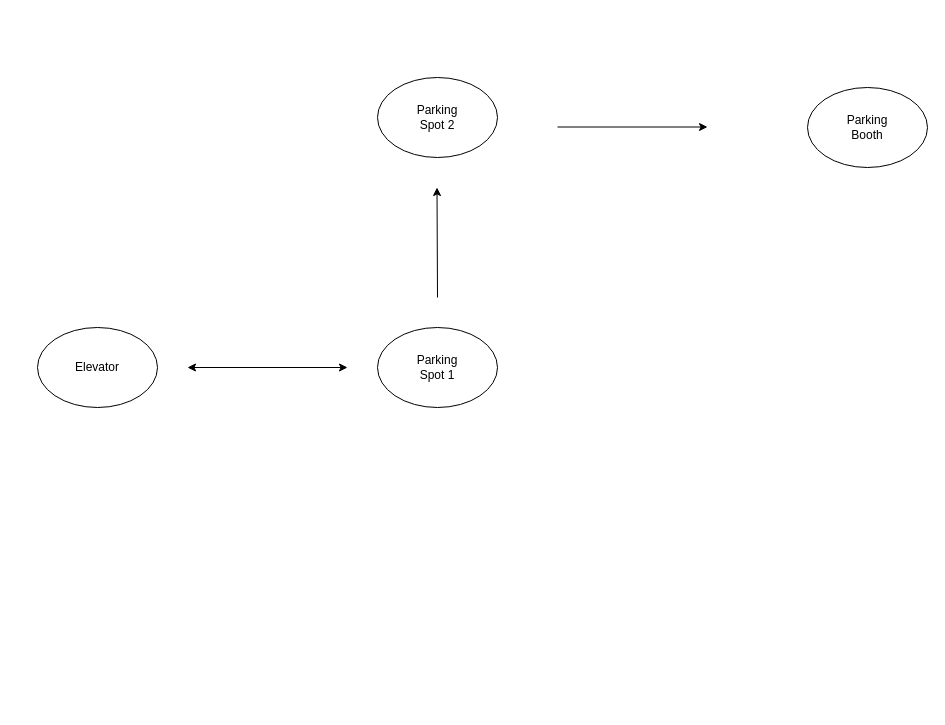
Above: Untitled Diagram.drawio in marylyn-rogel/ProjectGarageZero (draw.io), before the change. Source tidied: cells renumbered, new cells numbered last; positions are measured from the earlier drawing's top-left corner, leaving out a move shared by most shapes. Both pictures are drawn from the tidied source at 100%, with x=0, y=0 at pixel (37, 77).
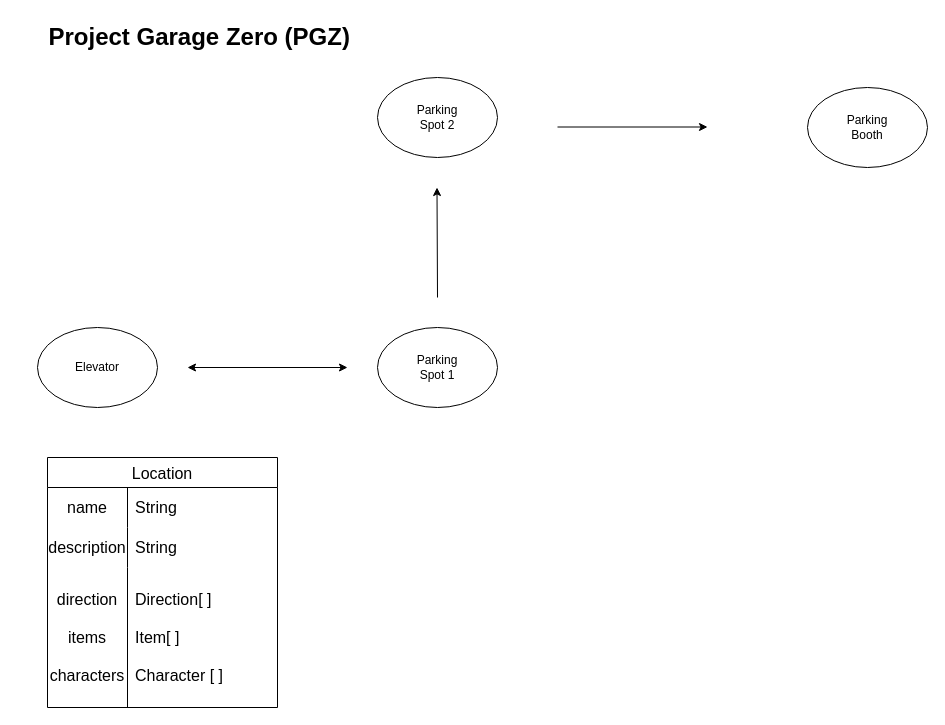
Above is the later version.

The edit, as a diff of the source:
```diff
@@
+    <mxCell id="13" value="Project Garage Zero (PGZ)&amp;nbsp;" style="text;strokeColor=none;fillColor=none;html=1;fontSize=24;fontStyle=1;verticalAlign=middle;align=center;" parent="1" vertex="1">
+      <mxGeometry x="-20" y="-60" width="370" height="40" as="geometry" />
+    </mxCell>
+    <mxCell id="14" value="Location" style="shape=table;startSize=30;childLayout=tableLayout;rowLines=0;fontStyle=0;strokeColor=default;fontSize=16;" parent="1" vertex="1">
+      <mxGeometry x="10" y="380" width="230" height="250" as="geometry" />
+    </mxCell>
+    <mxCell id="15" style="shape=tableRow;horizontal=0;startSize=0;swimlaneHead=0;swimlaneBody=0;top=0;left=0;bottom=0;right=0;fillColor=none;strokeColor=inherit;fontSize=16;" parent="14" vertex="1">
+      <mxGeometry y="30" width="230" height="40" as="geometry" />
+    </mxCell>
+    <mxCell id="16" value="name" style="shape=partialRectangle;html=1;whiteSpace=wrap;fillColor=none;top=0;left=0;bottom=0;right=0;overflow=hidden;strokeColor=inherit;fontSize=16;" parent="15" vertex="1">
+      <mxGeometry width="80" height="40" as="geometry" />
+    </mxCell>
+    <mxCell id="17" value="String" style="shape=partialRectangle;html=1;whiteSpace=wrap;fillColor=none;top=0;left=0;bottom=0;right=0;align=left;spacingLeft=6;overflow=hidden;strokeColor=inherit;fontSize=16;" parent="15" vertex="1">
+      <mxGeometry x="80" width="150" height="40" as="geometry" />
+    </mxCell>
+    <mxCell id="18" style="shape=tableRow;horizontal=0;startSize=0;swimlaneHead=0;swimlaneBody=0;top=0;left=0;bottom=0;right=0;fillColor=none;points=[[0,0.5],[1,0.5]];portConstraint=eastwest;strokeColor=inherit;fontSize=16;" parent="14" vertex="1">
+      <mxGeometry y="70" width="230" height="40" as="geometry" />
+    </mxCell>
+    <mxCell id="19" value="description" style="shape=partialRectangle;html=1;whiteSpace=wrap;fillColor=none;top=0;left=0;bottom=0;right=0;overflow=hidden;strokeColor=inherit;fontSize=16;" parent="18" vertex="1">
+      <mxGeometry width="80" height="40" as="geometry" />
+    </mxCell>
+    <mxCell id="20" value="String" style="shape=partialRectangle;html=1;whiteSpace=wrap;fillColor=none;top=0;left=0;bottom=0;right=0;align=left;spacingLeft=6;overflow=hidden;strokeColor=inherit;fontSize=16;" parent="18" vertex="1">
+      <mxGeometry x="80" width="150" height="40" as="geometry" />
+    </mxCell>
+    <mxCell id="21" style="shape=tableRow;horizontal=0;startSize=0;swimlaneHead=0;swimlaneBody=0;top=0;left=0;bottom=0;right=0;fillColor=none;strokeColor=inherit;fontSize=16;" parent="14" vertex="1">
+      <mxGeometry y="110" width="230" height="140" as="geometry" />
+    </mxCell>
+    <mxCell id="22" value="direction&lt;br&gt;&lt;br&gt;items&lt;br&gt;&lt;br&gt;characters" style="shape=partialRectangle;html=1;whiteSpace=wrap;fillColor=none;top=0;left=0;bottom=0;right=0;overflow=hidden;strokeColor=inherit;fontSize=16;" parent="21" vertex="1">
+      <mxGeometry width="80" height="140" as="geometry" />
+    </mxCell>
+    <mxCell id="23" value="Direction[ ]&lt;br&gt;&lt;br&gt;Item[ ]&lt;br&gt;&lt;br&gt;Character [ ]" style="shape=partialRectangle;html=1;whiteSpace=wrap;fillColor=none;top=0;left=0;bottom=0;right=0;align=left;spacingLeft=6;overflow=hidden;strokeColor=inherit;fontSize=16;" parent="21" vertex="1">
+      <mxGeometry x="80" width="150" height="140" as="geometry" />
+    </mxCell>
+    <mxCell id="24" style="edgeStyle=orthogonalEdgeStyle;rounded=0;orthogonalLoop=1;jettySize=auto;html=1;exitX=1;exitY=0.5;exitDx=0;exitDy=0;" parent="14" edge="1" source="18" target="18">
+      <mxGeometry relative="1" as="geometry" />
+    </mxCell>
```
